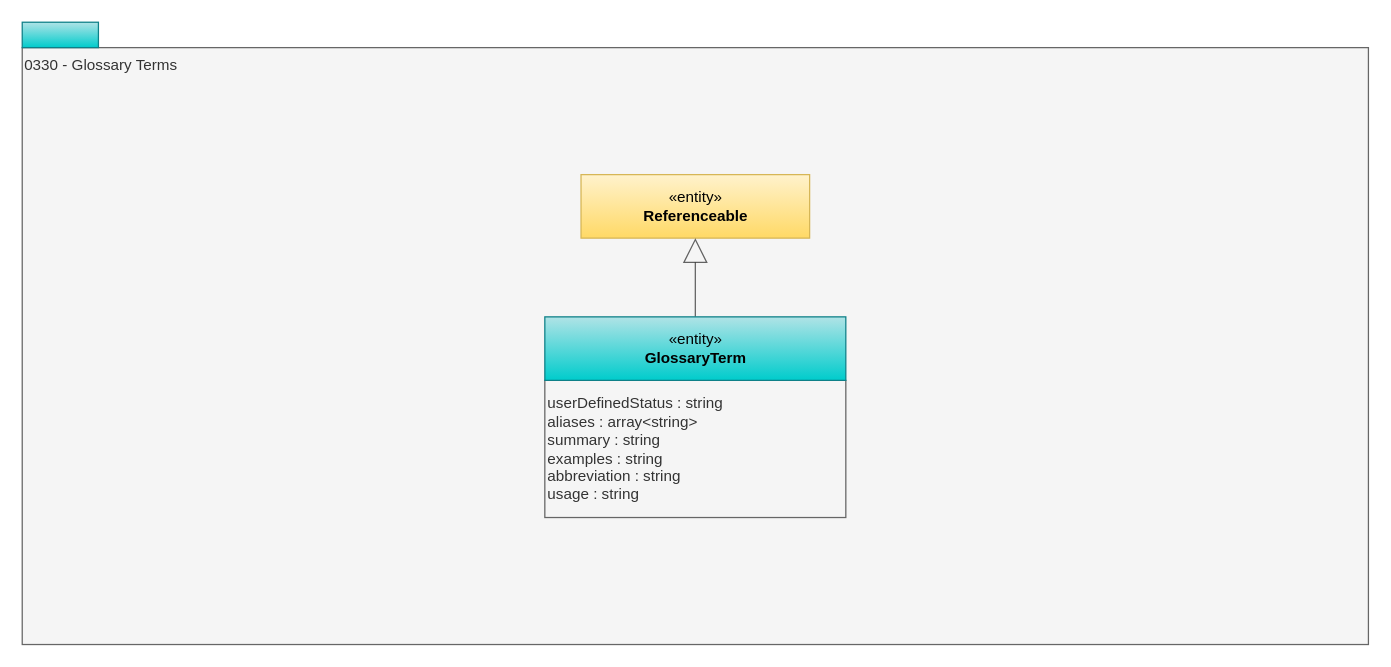
Before: page "0330-Terms" (3 of 11) of site/docs/types/3/area-3-glossary.drawio in odpi/egeria-docs, a draw.io diagram. Source tidied: cells renumbered, new cells numbered last; positions are measured from the earlier drawing's top-left corner, leaving out a move shared by most shapes. Both pictures are drawn from the tidied source at 127%, with x=0, y=0 at pixel (22, 22).
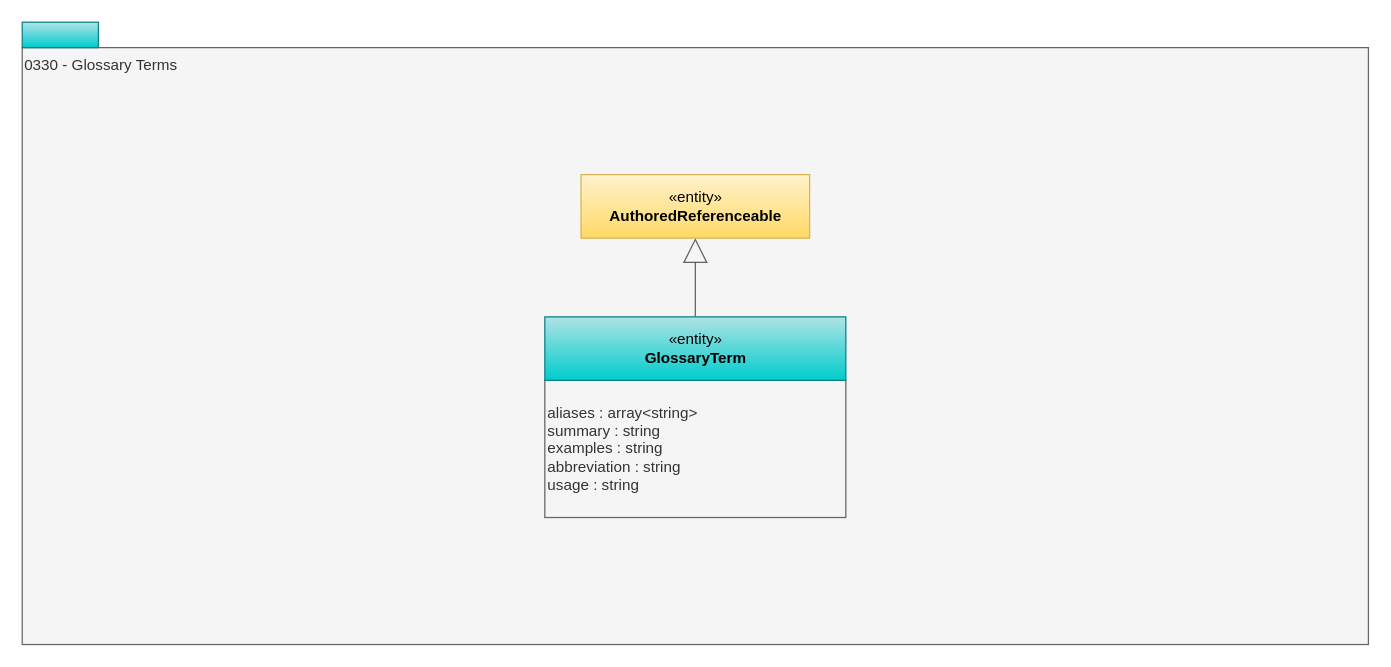
The same page after the edit.

What changed in the source:
```diff
@@
 <mxGraphModel>
   <root>
     <mxCell id="0" />
     <mxCell id="1" parent="0" />
     <mxCell id="2" value="0330 - Glossary Terms" style="rounded=0;whiteSpace=wrap;html=1;align=left;verticalAlign=top;fillColor=#f5f5f5;fontColor=#333333;strokeColor=#666666;" parent="1" vertex="1">
       <mxGeometry y="20" width="1060" height="470" as="geometry" />
     </mxCell>
-    <mxCell id="3" value="«entity»&lt;br&gt;&lt;b&gt;Referenceable&lt;/b&gt;" style="html=1;strokeColor=#d6b656;align=center;fillColor=#fff2cc;gradientColor=#ffd966;" parent="1" vertex="1">
+    <mxCell id="3" value="«entity»&lt;br&gt;&lt;b&gt;AuthoredReferenceable&lt;/b&gt;" style="html=1;strokeColor=#d6b656;align=center;fillColor=#fff2cc;gradientColor=#ffd966;" parent="1" vertex="1">
       <mxGeometry x="440" y="120" width="180" height="50" as="geometry" />
     </mxCell>
-    <mxCell id="4" value="&lt;div&gt;userDefinedStatus : string&lt;div&gt;aliases : array&amp;lt;string&amp;gt;&lt;br&gt;summary : string&lt;br&gt;examples : string&lt;br&gt;abbreviation : string&lt;br&gt;usage : string&lt;/div&gt;&lt;/div&gt;" style="rounded=0;whiteSpace=wrap;html=1;strokeColor=#666666;align=left;fillColor=#f5f5f5;fontColor=#333333;" parent="1" vertex="1">
+    <mxCell id="4" value="&lt;div&gt;&lt;div&gt;aliases : array&amp;lt;string&amp;gt;&lt;br&gt;summary : string&lt;br&gt;examples : string&lt;br&gt;abbreviation : string&lt;br&gt;usage : string&lt;/div&gt;&lt;/div&gt;" style="rounded=0;whiteSpace=wrap;html=1;strokeColor=#666666;align=left;fillColor=#f5f5f5;fontColor=#333333;" parent="1" vertex="1">
       <mxGeometry x="411.5" y="282" width="237" height="108" as="geometry" />
     </mxCell>
     <mxCell id="5" style="rounded=0;whiteSpace=wrap;html=1;align=left;fillColor=#b0e3e6;strokeColor=#0e8088;gradientColor=#00CCCC;" parent="1" vertex="1">
       <mxGeometry width="60" height="20" as="geometry" />
     </mxCell>
     <mxCell id="6" style="edgeStyle=orthogonalEdgeStyle;rounded=0;jettySize=auto;html=1;exitX=0.5;exitY=0;exitDx=0;exitDy=0;endArrow=block;endFill=0;opacity=60;endSize=17;" parent="1" edge="1" source="7" target="3">
       <mxGeometry relative="1" as="geometry" />
     </mxCell>
     <mxCell id="7" value="«entity»&lt;br&gt;&lt;b&gt;GlossaryTerm&lt;/b&gt;" style="html=1;strokeColor=#0e8088;align=center;fillColor=#b0e3e6;gradientColor=#00CCCC;" parent="1" vertex="1">
       <mxGeometry x="411.5" y="232" width="237" height="50" as="geometry" />
     </mxCell>
   </root>
 </mxGraphModel>
```
